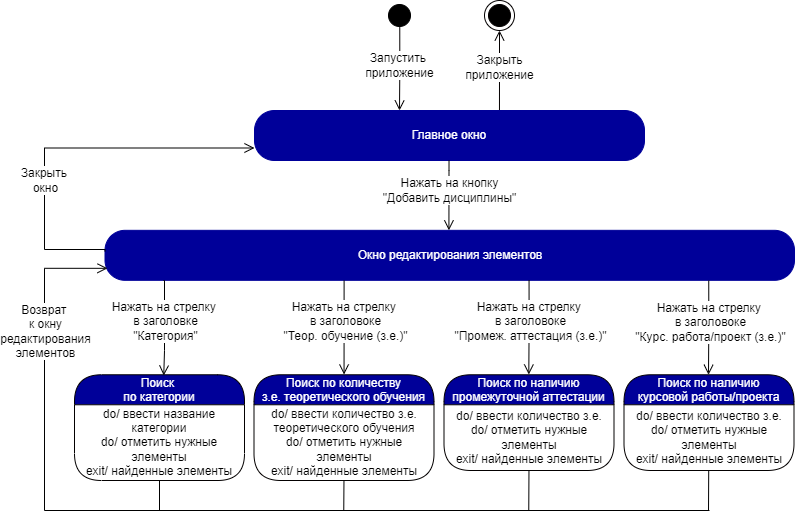
The draw.io diagram SM_Bloks/Edit_element/Search/State_machine_edit_element_search_2.drawio.png in iCosmos76/Curriculum-Designer, before a commit. Source tidied: cells renumbered, new cells last; positions are measured from the earlier drawing's top-left corner, leaving out a move shared by most shapes. Source of this version:
```xml
<mxGraphModel>
  <root>
    <mxCell id="0" />
    <mxCell id="1" parent="0" />
    <mxCell id="2" style="ellipse;html=1;shape=startState;fillColor=#000000;strokeColor=#000000;fontColor=#000099;" parent="1" vertex="1">
      <mxGeometry x="340" width="30" height="30" as="geometry" />
    </mxCell>
    <mxCell id="3" value="&lt;font style=&quot;font-size: 12px&quot;&gt;Запустить &lt;br&gt;приложение&lt;/font&gt;" style="edgeStyle=orthogonalEdgeStyle;html=1;verticalAlign=bottom;endArrow=open;endSize=8;strokeColor=#030000;rounded=0;exitX=0.509;exitY=0.876;exitDx=0;exitDy=0;exitPerimeter=0;spacingBottom=-14;fontSize=10;" parent="1" edge="1" source="2">
      <mxGeometry relative="1" as="geometry">
        <mxPoint x="355" y="110" as="targetPoint" />
      </mxGeometry>
    </mxCell>
    <mxCell id="4" value="&lt;font style=&quot;font-size: 12px&quot;&gt;Закрыть&lt;br&gt;приложение&lt;/font&gt;" style="edgeStyle=orthogonalEdgeStyle;html=1;verticalAlign=bottom;endArrow=open;endSize=8;strokeColor=#030000;rounded=0;spacingBottom=-14;fontSize=10;entryX=0.5;entryY=1;entryDx=0;entryDy=0;exitX=0.781;exitY=0;exitDx=0;exitDy=0;exitPerimeter=0;" parent="1" edge="1" target="5">
      <mxGeometry relative="1" as="geometry">
        <mxPoint x="455" y="110" as="sourcePoint" />
        <Array as="points">
          <mxPoint x="455" y="70" />
          <mxPoint x="455" y="70" />
        </Array>
      </mxGeometry>
    </mxCell>
    <mxCell id="5" style="ellipse;html=1;shape=endState;fillColor=#000000;strokeColor=#030000;" parent="1" vertex="1">
      <mxGeometry x="440" width="30" height="30" as="geometry" />
    </mxCell>
    <mxCell id="6" value="Главное окно" style="rounded=1;whiteSpace=wrap;html=1;arcSize=40;fontColor=#FFFFFF;fillColor=#000099;strokeColor=#000099;" parent="1" vertex="1">
      <mxGeometry x="210" y="110" width="390" height="50" as="geometry" />
    </mxCell>
    <mxCell id="7" style="edgeStyle=orthogonalEdgeStyle;html=1;verticalAlign=bottom;endArrow=open;endSize=8;strokeColor=#000000;rounded=0;fontSize=10;exitX=0.097;exitY=1.006;exitDx=0;exitDy=0;exitPerimeter=0;entryX=0.154;entryY=0;entryDx=0;entryDy=0;entryPerimeter=0;" parent="1" edge="1">
      <mxGeometry relative="1" as="geometry">
        <mxPoint x="404.5" y="160.1" as="sourcePoint" />
        <mxPoint x="404.4" y="229.8" as="targetPoint" />
        <Array as="points">
          <mxPoint x="404.4" y="169.8" />
        </Array>
      </mxGeometry>
    </mxCell>
    <mxCell id="8" value="Нажать на кнопку&lt;br&gt;&quot;Добавить дисциплины&quot;" style="edgeLabel;html=1;align=center;verticalAlign=middle;fontSize=12;" parent="7" vertex="1">
      <mxGeometry x="-0.25" y="2" relative="1" as="geometry">
        <mxPoint x="-2" y="3" as="offset" />
      </mxGeometry>
    </mxCell>
    <mxCell id="9" value="Поиск &#10;по категории" style="swimlane;fontStyle=0;align=center;verticalAlign=middle;horizontal=1;startSize=30;fontColor=#FFFFFF;rounded=1;arcSize=30;strokeColor=#030000;fillColor=#000099;swimlaneFillColor=#FFFFFF;fontSize=12;" parent="1" vertex="1">
      <mxGeometry x="30" y="374.3" width="170" height="105.7" as="geometry" />
    </mxCell>
    <mxCell id="10" value="do/ ввести название категории&lt;br&gt;do/ отметить нужные элементы&lt;br&gt;exit/ найденные элементы" style="text;html=1;strokeColor=none;fillColor=none;align=center;verticalAlign=middle;spacingLeft=4;spacingRight=4;whiteSpace=wrap;overflow=hidden;fontColor=#000000;fontSize=12;" parent="9" vertex="1">
      <mxGeometry y="30" width="170" height="75.7" as="geometry" />
    </mxCell>
    <mxCell id="11" value="Окно редактирования элементов" style="rounded=1;whiteSpace=wrap;html=1;arcSize=40;fontColor=#FFFFFF;fillColor=#000099;strokeColor=#000099;" parent="1" vertex="1">
      <mxGeometry x="60.5" y="229.8" width="689.5" height="50" as="geometry" />
    </mxCell>
    <mxCell id="12" style="edgeStyle=orthogonalEdgeStyle;html=1;verticalAlign=bottom;endArrow=open;endSize=8;strokeColor=#000000;rounded=0;fontSize=10;entryX=0.525;entryY=0.007;entryDx=0;entryDy=0;entryPerimeter=0;" parent="1" edge="1" target="9">
      <mxGeometry relative="1" as="geometry">
        <mxPoint x="119" y="280" as="sourcePoint" />
        <Array as="points">
          <mxPoint x="120" y="280" />
          <mxPoint x="120" y="350" />
          <mxPoint x="119" y="350" />
        </Array>
      </mxGeometry>
    </mxCell>
    <mxCell id="13" value="Нажать на стрелку &lt;br&gt;в заголовке&lt;br&gt;&quot;Категория&quot;" style="edgeLabel;html=1;align=center;verticalAlign=middle;fontSize=12;" parent="12" vertex="1">
      <mxGeometry x="-0.25" y="2" relative="1" as="geometry">
        <mxPoint x="-2" y="5" as="offset" />
      </mxGeometry>
    </mxCell>
    <mxCell id="14" style="edgeStyle=orthogonalEdgeStyle;html=1;verticalAlign=bottom;endArrow=open;endSize=8;strokeColor=#000000;rounded=0;fontSize=10;exitX=0.5;exitY=1;exitDx=0;exitDy=0;" parent="1" edge="1" source="10">
      <mxGeometry relative="1" as="geometry">
        <mxPoint x="63" y="267.8" as="targetPoint" />
        <Array as="points">
          <mxPoint x="115" y="510" />
          <mxPoint y="510" />
          <mxPoint y="268" />
        </Array>
      </mxGeometry>
    </mxCell>
    <mxCell id="15" value="Возврат &lt;br&gt;к окну&lt;br&gt;редактирования&lt;br&gt;элементов" style="edgeLabel;html=1;align=center;verticalAlign=middle;fontSize=12;" parent="14" vertex="1">
      <mxGeometry x="-0.25" y="2" relative="1" as="geometry">
        <mxPoint x="2" y="-157" as="offset" />
      </mxGeometry>
    </mxCell>
    <mxCell id="16" style="edgeStyle=orthogonalEdgeStyle;html=1;verticalAlign=bottom;endArrow=open;endSize=8;strokeColor=#000000;rounded=0;fontSize=10;exitX=0;exitY=0.42;exitDx=0;exitDy=0;exitPerimeter=0;entryX=0;entryY=0.75;entryDx=0;entryDy=0;" parent="1" edge="1" source="11" target="6">
      <mxGeometry relative="1" as="geometry">
        <Array as="points">
          <mxPoint x="61" y="249" />
          <mxPoint y="249" />
          <mxPoint y="148" />
        </Array>
      </mxGeometry>
    </mxCell>
    <mxCell id="17" value="Закрыть &lt;br&gt;окно" style="edgeLabel;html=1;align=center;verticalAlign=middle;fontSize=12;" parent="16" vertex="1">
      <mxGeometry x="-0.36" y="-2" relative="1" as="geometry">
        <mxPoint x="-2" y="-13" as="offset" />
      </mxGeometry>
    </mxCell>
    <mxCell id="18" style="edgeStyle=orthogonalEdgeStyle;html=1;verticalAlign=bottom;endArrow=open;endSize=8;strokeColor=#000000;rounded=0;fontSize=10;" parent="1" edge="1">
      <mxGeometry relative="1" as="geometry">
        <mxPoint x="299.3" y="279.8" as="sourcePoint" />
        <mxPoint x="299.6" y="374" as="targetPoint" />
        <Array as="points">
          <mxPoint x="299.4" y="373.8" />
        </Array>
      </mxGeometry>
    </mxCell>
    <mxCell id="19" value="Нажать на стрелку &lt;br&gt;в заголовоке&lt;br&gt;&quot;&lt;span style=&quot;font-family: &amp;#34;helvetica&amp;#34;&quot;&gt;Теор. обучение (з.е.)&quot;&lt;/span&gt;" style="edgeLabel;html=1;align=center;verticalAlign=middle;fontSize=12;" parent="18" vertex="1">
      <mxGeometry x="-0.25" y="2" relative="1" as="geometry">
        <mxPoint x="-1" y="6" as="offset" />
      </mxGeometry>
    </mxCell>
    <mxCell id="20" style="endArrow=none;html=1;rounded=0;" parent="1" edge="1">
      <mxGeometry relative="1" as="geometry">
        <mxPoint x="81.2" y="510" as="sourcePoint" />
        <mxPoint x="665" y="510" as="targetPoint" />
      </mxGeometry>
    </mxCell>
    <mxCell id="21" style="edgeStyle=orthogonalEdgeStyle;html=1;verticalAlign=bottom;endArrow=open;endSize=8;strokeColor=#000000;rounded=0;fontSize=10;" parent="1" edge="1">
      <mxGeometry relative="1" as="geometry">
        <mxPoint x="484.6" y="279.8" as="sourcePoint" />
        <mxPoint x="484.3" y="374" as="targetPoint" />
        <Array as="points">
          <mxPoint x="484.6" y="326.8" />
          <mxPoint x="484.6" y="326.8" />
        </Array>
      </mxGeometry>
    </mxCell>
    <mxCell id="22" value="Нажать на стрелку &lt;br&gt;в заголовоке&lt;br&gt;&quot;Промеж. аттестация (з.е.)&quot;" style="edgeLabel;html=1;align=center;verticalAlign=middle;fontSize=12;" parent="21" vertex="1">
      <mxGeometry x="-0.25" y="2" relative="1" as="geometry">
        <mxPoint x="-1" y="6" as="offset" />
      </mxGeometry>
    </mxCell>
    <mxCell id="23" value="Поиск по количеству&#10;з.е. теоретического обучения" style="swimlane;fontStyle=0;align=center;verticalAlign=middle;horizontal=1;startSize=30;fontColor=#FFFFFF;rounded=1;arcSize=30;strokeColor=#030000;fillColor=#000099;swimlaneFillColor=#FFFFFF;fontSize=12;" parent="1" vertex="1">
      <mxGeometry x="209.5" y="374.3" width="180" height="105.7" as="geometry" />
    </mxCell>
    <mxCell id="24" value="do/ ввести количество з.е. теоретического обучения&lt;br&gt;do/ отметить нужные элементы&lt;br&gt;exit/ найденные элементы" style="text;html=1;strokeColor=none;fillColor=none;align=center;verticalAlign=middle;spacingLeft=4;spacingRight=4;whiteSpace=wrap;overflow=hidden;fontColor=#000000;fontSize=12;" parent="23" vertex="1">
      <mxGeometry y="30" width="180" height="75.7" as="geometry" />
    </mxCell>
    <mxCell id="25" value="Поиск по наличию&#10;промежуточной аттестации" style="swimlane;fontStyle=0;align=center;verticalAlign=middle;horizontal=1;startSize=30;fontColor=#FFFFFF;rounded=1;arcSize=30;strokeColor=#030000;fillColor=#000099;swimlaneFillColor=#FFFFFF;fontSize=12;" parent="1" vertex="1">
      <mxGeometry x="399.5" y="374.3" width="170" height="95.7" as="geometry" />
    </mxCell>
    <mxCell id="26" value="do/ ввести количество з.е.&lt;br&gt;do/ отметить нужные элементы&lt;br&gt;exit/ найденные элементы" style="text;html=1;strokeColor=none;fillColor=none;align=center;verticalAlign=middle;spacingLeft=4;spacingRight=4;whiteSpace=wrap;overflow=hidden;fontColor=#000000;fontSize=12;" parent="25" vertex="1">
      <mxGeometry y="30" width="170" height="65.7" as="geometry" />
    </mxCell>
    <mxCell id="27" value="Поиск по наличию&#10;курсовой работы/проекта" style="swimlane;fontStyle=0;align=center;verticalAlign=middle;horizontal=1;startSize=30;fontColor=#FFFFFF;rounded=1;arcSize=30;strokeColor=#030000;fillColor=#000099;swimlaneFillColor=#FFFFFF;fontSize=12;" parent="1" vertex="1">
      <mxGeometry x="579.5" y="374.3" width="170" height="95.7" as="geometry" />
    </mxCell>
    <mxCell id="28" value="do/ ввести количество з.е.&lt;br&gt;do/ отметить нужные элементы&lt;br&gt;exit/ найденные элементы" style="text;html=1;strokeColor=none;fillColor=none;align=center;verticalAlign=middle;spacingLeft=4;spacingRight=4;whiteSpace=wrap;overflow=hidden;fontColor=#000000;fontSize=12;" parent="27" vertex="1">
      <mxGeometry y="30" width="170" height="65.7" as="geometry" />
    </mxCell>
    <mxCell id="29" value="do/ ввести количество з.е.&lt;br&gt;do/ отметить нужные элементы&lt;br&gt;exit/ найденные элементы" style="text;html=1;strokeColor=none;fillColor=none;align=center;verticalAlign=middle;spacingLeft=4;spacingRight=4;whiteSpace=wrap;overflow=hidden;fontColor=#000000;fontSize=12;" parent="27" vertex="1">
      <mxGeometry y="95.7" width="170" as="geometry" />
    </mxCell>
    <mxCell id="30" style="edgeStyle=orthogonalEdgeStyle;html=1;verticalAlign=bottom;endArrow=open;endSize=8;strokeColor=#000000;rounded=0;fontSize=10;" parent="1" edge="1">
      <mxGeometry relative="1" as="geometry">
        <mxPoint x="664.3" y="280.1" as="sourcePoint" />
        <mxPoint x="664" y="374.3" as="targetPoint" />
        <Array as="points">
          <mxPoint x="664.2" y="327.1" />
          <mxPoint x="664.2" y="327.1" />
        </Array>
      </mxGeometry>
    </mxCell>
    <mxCell id="31" value="Нажать на стрелку &lt;br&gt;в заголовоке&lt;br&gt;&quot;Курс. работа/проект (з.е.)&quot;" style="edgeLabel;html=1;align=center;verticalAlign=middle;fontSize=12;" parent="30" vertex="1">
      <mxGeometry x="-0.25" y="2" relative="1" as="geometry">
        <mxPoint x="-1" y="6" as="offset" />
      </mxGeometry>
    </mxCell>
    <mxCell id="32" style="endArrow=none;html=1;rounded=0;entryX=0.5;entryY=1;entryDx=0;entryDy=0;" parent="1" edge="1">
      <mxGeometry relative="1" as="geometry">
        <mxPoint x="664" y="510" as="sourcePoint" />
        <mxPoint x="664.2" y="470" as="targetPoint" />
      </mxGeometry>
    </mxCell>
    <mxCell id="33" style="endArrow=none;html=1;rounded=0;entryX=0.5;entryY=1;entryDx=0;entryDy=0;" parent="1" edge="1">
      <mxGeometry relative="1" as="geometry">
        <mxPoint x="484.3" y="510" as="sourcePoint" />
        <mxPoint x="484.5" y="470" as="targetPoint" />
      </mxGeometry>
    </mxCell>
    <mxCell id="34" style="endArrow=none;html=1;rounded=0;entryX=0.5;entryY=1;entryDx=0;entryDy=0;" parent="1" edge="1">
      <mxGeometry relative="1" as="geometry">
        <mxPoint x="299.3" y="510" as="sourcePoint" />
        <mxPoint x="299.5" y="480" as="targetPoint" />
      </mxGeometry>
    </mxCell>
  </root>
</mxGraphModel>
```
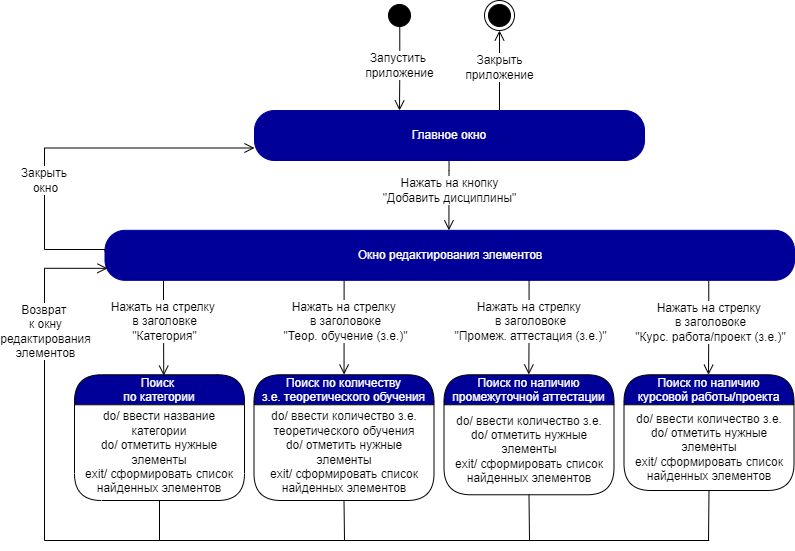
Later version of the same file.

The edit, as a diff of the source:
```diff
@@ -40,10 +40,10 @@
       </mxGeometry>
     </mxCell>
     <mxCell id="9" value="Поиск &#10;по категории" style="swimlane;fontStyle=0;align=center;verticalAlign=middle;horizontal=1;startSize=30;fontColor=#FFFFFF;rounded=1;arcSize=30;strokeColor=#030000;fillColor=#000099;swimlaneFillColor=#FFFFFF;fontSize=12;" parent="1" vertex="1">
-      <mxGeometry x="30" y="374.3" width="170" height="105.7" as="geometry" />
+      <mxGeometry x="30" y="374.3" width="170" height="125.7" as="geometry" />
     </mxCell>
-    <mxCell id="10" value="do/ ввести название категории&lt;br&gt;do/ отметить нужные элементы&lt;br&gt;exit/ найденные элементы" style="text;html=1;strokeColor=none;fillColor=none;align=center;verticalAlign=middle;spacingLeft=4;spacingRight=4;whiteSpace=wrap;overflow=hidden;fontColor=#000000;fontSize=12;" parent="9" vertex="1">
-      <mxGeometry y="30" width="170" height="75.7" as="geometry" />
+    <mxCell id="10" value="do/ ввести название категории&lt;br&gt;do/ отметить нужные элементы&lt;br&gt;exit/ сформировать список найденных элементов" style="text;html=1;strokeColor=none;fillColor=none;align=center;verticalAlign=middle;spacingLeft=4;spacingRight=4;whiteSpace=wrap;overflow=hidden;fontColor=#000000;fontSize=12;" parent="9" vertex="1">
+      <mxGeometry y="30" width="170" height="95.7" as="geometry" />
     </mxCell>
     <mxCell id="11" value="Окно редактирования элементов" style="rounded=1;whiteSpace=wrap;html=1;arcSize=40;fontColor=#FFFFFF;fillColor=#000099;strokeColor=#000099;" parent="1" vertex="1">
       <mxGeometry x="60.5" y="229.8" width="689.5" height="50" as="geometry" />
@@ -52,9 +52,8 @@
       <mxGeometry relative="1" as="geometry">
         <mxPoint x="119" y="280" as="sourcePoint" />
         <Array as="points">
-          <mxPoint x="120" y="280" />
-          <mxPoint x="120" y="350" />
-          <mxPoint x="119" y="350" />
+          <mxPoint x="119" y="310" />
+          <mxPoint x="119" y="310" />
         </Array>
       </mxGeometry>
     </mxCell>
@@ -67,15 +66,15 @@
       <mxGeometry relative="1" as="geometry">
         <mxPoint x="63" y="267.8" as="targetPoint" />
         <Array as="points">
-          <mxPoint x="115" y="510" />
-          <mxPoint y="510" />
+          <mxPoint x="115" y="540" />
+          <mxPoint y="540" />
           <mxPoint y="268" />
         </Array>
       </mxGeometry>
     </mxCell>
     <mxCell id="15" value="Возврат &lt;br&gt;к окну&lt;br&gt;редактирования&lt;br&gt;элементов" style="edgeLabel;html=1;align=center;verticalAlign=middle;fontSize=12;" parent="14" vertex="1">
       <mxGeometry x="-0.25" y="2" relative="1" as="geometry">
-        <mxPoint x="2" y="-157" as="offset" />
+        <mxPoint x="2" y="-182" as="offset" />
       </mxGeometry>
     </mxCell>
     <mxCell id="16" style="edgeStyle=orthogonalEdgeStyle;html=1;verticalAlign=bottom;endArrow=open;endSize=8;strokeColor=#000000;rounded=0;fontSize=10;exitX=0;exitY=0.42;exitDx=0;exitDy=0;exitPerimeter=0;entryX=0;entryY=0.75;entryDx=0;entryDy=0;" parent="1" edge="1" source="11" target="6">
@@ -108,8 +107,8 @@
     </mxCell>
     <mxCell id="20" style="endArrow=none;html=1;rounded=0;" parent="1" edge="1">
       <mxGeometry relative="1" as="geometry">
-        <mxPoint x="81.2" y="510" as="sourcePoint" />
-        <mxPoint x="665" y="510" as="targetPoint" />
+        <mxPoint x="81" y="540" as="sourcePoint" />
+        <mxPoint x="664.8" y="540" as="targetPoint" />
       </mxGeometry>
     </mxCell>
     <mxCell id="21" style="edgeStyle=orthogonalEdgeStyle;html=1;verticalAlign=bottom;endArrow=open;endSize=8;strokeColor=#000000;rounded=0;fontSize=10;" parent="1" edge="1">
@@ -128,26 +127,23 @@
       </mxGeometry>
     </mxCell>
     <mxCell id="23" value="Поиск по количеству&#10;з.е. теоретического обучения" style="swimlane;fontStyle=0;align=center;verticalAlign=middle;horizontal=1;startSize=30;fontColor=#FFFFFF;rounded=1;arcSize=30;strokeColor=#030000;fillColor=#000099;swimlaneFillColor=#FFFFFF;fontSize=12;" parent="1" vertex="1">
-      <mxGeometry x="209.5" y="374.3" width="180" height="105.7" as="geometry" />
+      <mxGeometry x="209.5" y="374.3" width="180" height="125.7" as="geometry" />
     </mxCell>
-    <mxCell id="24" value="do/ ввести количество з.е. теоретического обучения&lt;br&gt;do/ отметить нужные элементы&lt;br&gt;exit/ найденные элементы" style="text;html=1;strokeColor=none;fillColor=none;align=center;verticalAlign=middle;spacingLeft=4;spacingRight=4;whiteSpace=wrap;overflow=hidden;fontColor=#000000;fontSize=12;" parent="23" vertex="1">
-      <mxGeometry y="30" width="180" height="75.7" as="geometry" />
+    <mxCell id="24" value="do/ ввести количество з.е. теоретического обучения&lt;br&gt;do/ отметить нужные элементы&lt;br&gt;exit/ сформировать список найденных элементов" style="text;html=1;strokeColor=none;fillColor=none;align=center;verticalAlign=middle;spacingLeft=4;spacingRight=4;whiteSpace=wrap;overflow=hidden;fontColor=#000000;fontSize=12;" parent="23" vertex="1">
+      <mxGeometry y="30" width="180" height="95.7" as="geometry" />
     </mxCell>
     <mxCell id="25" value="Поиск по наличию&#10;промежуточной аттестации" style="swimlane;fontStyle=0;align=center;verticalAlign=middle;horizontal=1;startSize=30;fontColor=#FFFFFF;rounded=1;arcSize=30;strokeColor=#030000;fillColor=#000099;swimlaneFillColor=#FFFFFF;fontSize=12;" parent="1" vertex="1">
-      <mxGeometry x="399.5" y="374.3" width="170" height="95.7" as="geometry" />
+      <mxGeometry x="399.5" y="374.3" width="170" height="120" as="geometry" />
     </mxCell>
-    <mxCell id="26" value="do/ ввести количество з.е.&lt;br&gt;do/ отметить нужные элементы&lt;br&gt;exit/ найденные элементы" style="text;html=1;strokeColor=none;fillColor=none;align=center;verticalAlign=middle;spacingLeft=4;spacingRight=4;whiteSpace=wrap;overflow=hidden;fontColor=#000000;fontSize=12;" parent="25" vertex="1">
-      <mxGeometry y="30" width="170" height="65.7" as="geometry" />
+    <mxCell id="26" value="do/ ввести количество з.е.&lt;br&gt;do/ отметить нужные элементы&lt;br&gt;exit/ сформировать список найденных элементов" style="text;html=1;strokeColor=none;fillColor=none;align=center;verticalAlign=middle;spacingLeft=4;spacingRight=4;whiteSpace=wrap;overflow=hidden;fontColor=#000000;fontSize=12;" parent="25" vertex="1">
+      <mxGeometry y="30" width="170" height="90" as="geometry" />
     </mxCell>
     <mxCell id="27" value="Поиск по наличию&#10;курсовой работы/проекта" style="swimlane;fontStyle=0;align=center;verticalAlign=middle;horizontal=1;startSize=30;fontColor=#FFFFFF;rounded=1;arcSize=30;strokeColor=#030000;fillColor=#000099;swimlaneFillColor=#FFFFFF;fontSize=12;" parent="1" vertex="1">
-      <mxGeometry x="579.5" y="374.3" width="170" height="95.7" as="geometry" />
+      <mxGeometry x="579.5" y="374.3" width="170" height="115.7" as="geometry" />
     </mxCell>
-    <mxCell id="28" value="do/ ввести количество з.е.&lt;br&gt;do/ отметить нужные элементы&lt;br&gt;exit/ найденные элементы" style="text;html=1;strokeColor=none;fillColor=none;align=center;verticalAlign=middle;spacingLeft=4;spacingRight=4;whiteSpace=wrap;overflow=hidden;fontColor=#000000;fontSize=12;" parent="27" vertex="1">
-      <mxGeometry y="30" width="170" height="65.7" as="geometry" />
+    <mxCell id="28" value="do/ ввести количество з.е.&lt;br&gt;do/ отметить нужные элементы&lt;br&gt;exit/ сформировать список найденных элементов" style="text;html=1;strokeColor=none;fillColor=none;align=center;verticalAlign=middle;spacingLeft=4;spacingRight=4;whiteSpace=wrap;overflow=hidden;fontColor=#000000;fontSize=12;" parent="27" vertex="1">
+      <mxGeometry y="30" width="170" height="85.7" as="geometry" />
     </mxCell>
-    <mxCell id="29" value="do/ ввести количество з.е.&lt;br&gt;do/ отметить нужные элементы&lt;br&gt;exit/ найденные элементы" style="text;html=1;strokeColor=none;fillColor=none;align=center;verticalAlign=middle;spacingLeft=4;spacingRight=4;whiteSpace=wrap;overflow=hidden;fontColor=#000000;fontSize=12;" parent="27" vertex="1">
-      <mxGeometry y="95.7" width="170" as="geometry" />
-    </mxCell>
     <mxCell id="30" style="edgeStyle=orthogonalEdgeStyle;html=1;verticalAlign=bottom;endArrow=open;endSize=8;strokeColor=#000000;rounded=0;fontSize=10;" parent="1" edge="1">
       <mxGeometry relative="1" as="geometry">
         <mxPoint x="664.3" y="280.1" as="sourcePoint" />
@@ -163,22 +159,19 @@
         <mxPoint x="-1" y="6" as="offset" />
       </mxGeometry>
     </mxCell>
-    <mxCell id="32" style="endArrow=none;html=1;rounded=0;entryX=0.5;entryY=1;entryDx=0;entryDy=0;" parent="1" edge="1">
+    <mxCell id="32" style="endArrow=none;html=1;rounded=0;entryX=0.5;entryY=1;entryDx=0;entryDy=0;" parent="1" edge="1" target="28">
       <mxGeometry relative="1" as="geometry">
-        <mxPoint x="664" y="510" as="sourcePoint" />
-        <mxPoint x="664.2" y="470" as="targetPoint" />
+        <mxPoint x="664" y="540" as="sourcePoint" />
       </mxGeometry>
     </mxCell>
-    <mxCell id="33" style="endArrow=none;html=1;rounded=0;entryX=0.5;entryY=1;entryDx=0;entryDy=0;" parent="1" edge="1">
+    <mxCell id="33" style="endArrow=none;html=1;rounded=0;entryX=0.5;entryY=1;entryDx=0;entryDy=0;" parent="1" edge="1" target="26">
       <mxGeometry relative="1" as="geometry">
-        <mxPoint x="484.3" y="510" as="sourcePoint" />
-        <mxPoint x="484.5" y="470" as="targetPoint" />
+        <mxPoint x="485" y="540" as="sourcePoint" />
       </mxGeometry>
     </mxCell>
-    <mxCell id="34" style="endArrow=none;html=1;rounded=0;entryX=0.5;entryY=1;entryDx=0;entryDy=0;" parent="1" edge="1">
+    <mxCell id="34" style="endArrow=none;html=1;rounded=0;entryX=0.5;entryY=1;entryDx=0;entryDy=0;" parent="1" edge="1" target="24">
       <mxGeometry relative="1" as="geometry">
-        <mxPoint x="299.3" y="510" as="sourcePoint" />
-        <mxPoint x="299.5" y="480" as="targetPoint" />
+        <mxPoint x="300" y="540" as="sourcePoint" />
       </mxGeometry>
     </mxCell>
   </root>
```
